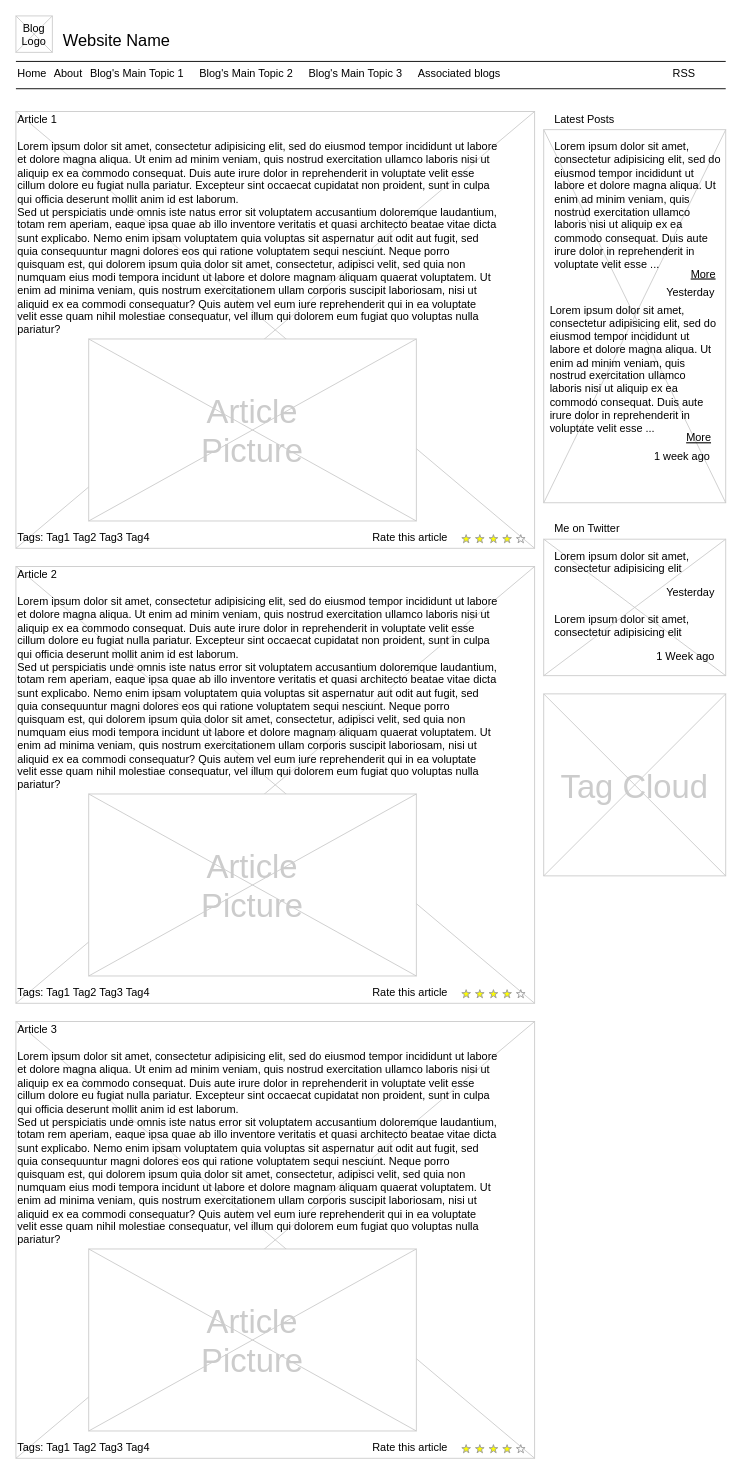
The draw.io diagram Untitled Diagram.drawio in Mrnimbus1/InterfaceDesignUsingCss-, before the edit. Source tidied: cells renumbered, new cells numbered last; positions are measured from the earlier drawing's top-left corner, leaving out a move shared by most shapes. Both pictures are drawn from the tidied source at 91%, with x=0, y=0 at pixel (15, 15).
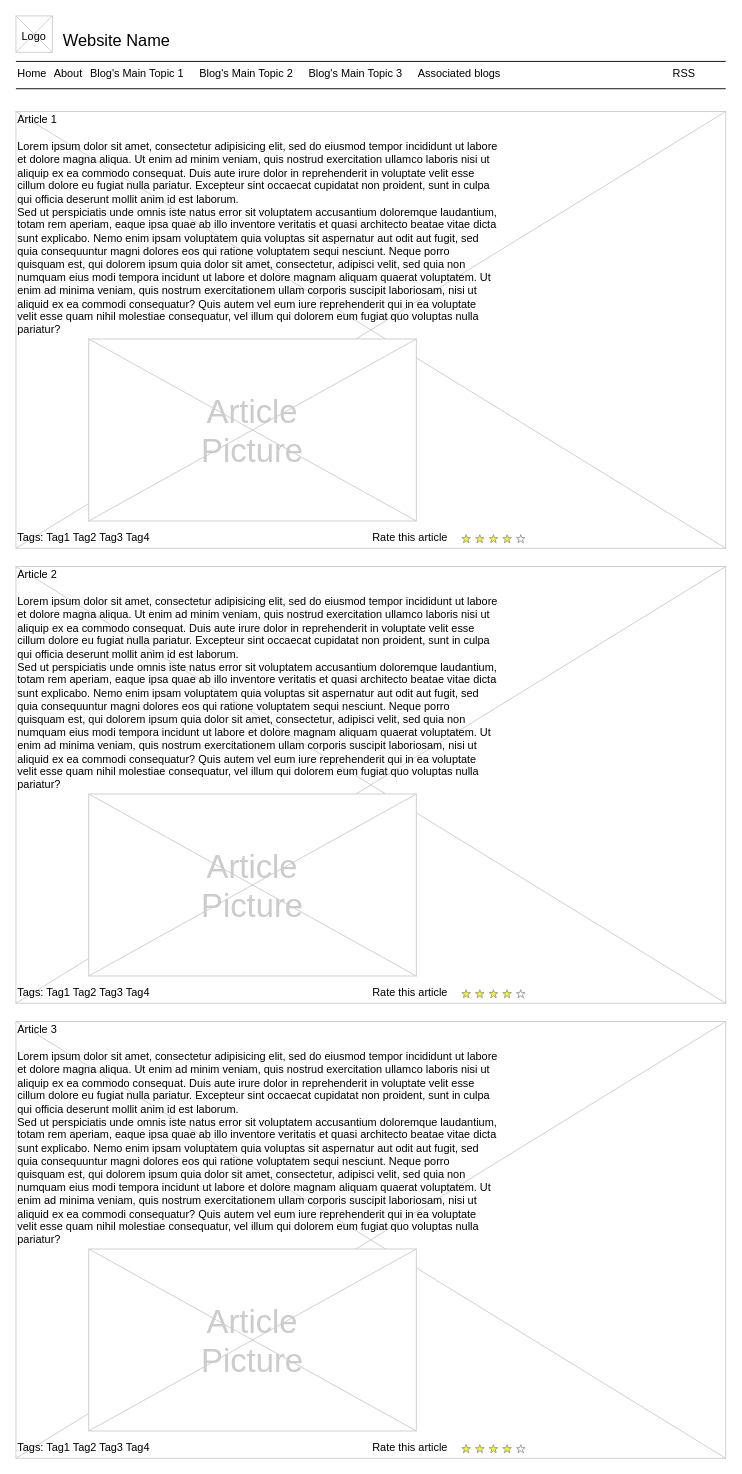
The same page after the edit.

Diff of the diagram source:
```diff
@@
-    <mxCell id="2" style="verticalLabelPosition=bottom;verticalAlign=top;strokeWidth=1;shape=mxgraph.mockup.graphics.iconGrid;strokeColor=#CCCCCC;gridSize=1,1;" parent="1" vertex="1">
-      <mxGeometry x="580" y="125" width="200" height="410" as="geometry" />
-    </mxCell>
     <mxCell id="3" style="verticalLabelPosition=bottom;verticalAlign=top;strokeWidth=1;shape=mxgraph.mockup.graphics.iconGrid;strokeColor=#CCCCCC;gridSize=1,1;" parent="1" vertex="1">
-      <mxGeometry y="105" width="570" height="480" as="geometry" />
+      <mxGeometry y="105" width="780" height="480" as="geometry" />
     </mxCell>
@@
-    <mxCell id="12" value="Latest Posts" style="text;spacingTop=-5;" parent="1" vertex="1">
-      <mxGeometry x="590" y="105" width="30" height="20" as="geometry" />
-    </mxCell>
@@
-    <mxCell id="14" value="Lorem ipsum dolor sit amet, consectetur adipisicing elit, sed do eiusmod tempor incididunt ut labore et dolore magna aliqua. Ut enim ad minim veniam, quis nostrud exercitation ullamco laboris nisi ut aliquip ex ea commodo consequat. Duis aute irure dolor in reprehenderit in voluptate velit esse ..." style="text;spacingTop=-5;whiteSpace=wrap;align=left;" parent="1" vertex="1">
-      <mxGeometry x="590" y="135" width="190" height="140" as="geometry" />
-    </mxCell>
-    <mxCell id="15" value="More" style="text;spacingTop=-5;fontStyle=4;" parent="1" vertex="1">
-      <mxGeometry x="740" y="275" width="30" height="20" as="geometry" />
-    </mxCell>
-    <mxCell id="16" value="Yesterday" style="text;spacingTop=-5;fontStyle=0;align=right;" parent="1" vertex="1">
-      <mxGeometry x="740" y="295" width="30" height="20" as="geometry" />
-    </mxCell>
-    <mxCell id="17" value="Lorem ipsum dolor sit amet, consectetur adipisicing elit, sed do eiusmod tempor incididunt ut labore et dolore magna aliqua. Ut enim ad minim veniam, quis nostrud exercitation ullamco laboris nisi ut aliquip ex ea commodo consequat. Duis aute irure dolor in reprehenderit in voluptate velit esse ..." style="text;spacingTop=-5;whiteSpace=wrap;align=left;" parent="1" vertex="1">
-      <mxGeometry x="585" y="315" width="190" height="140" as="geometry" />
-    </mxCell>
-    <mxCell id="18" value="More" style="text;spacingTop=-5;fontStyle=4;" parent="1" vertex="1">
-      <mxGeometry x="735" y="455" width="30" height="20" as="geometry" />
-    </mxCell>
-    <mxCell id="19" value="1 week ago" style="text;spacingTop=-5;fontStyle=0;align=right;" parent="1" vertex="1">
-      <mxGeometry x="735" y="475" width="30" height="20" as="geometry" />
-    </mxCell>
@@
-    <mxCell id="21" value="Blog &#10;Logo" style="text;spacingTop=-5;align=center;" parent="1" vertex="1">
-      <mxGeometry y="5" width="40" height="40" as="geometry" />
+    <mxCell id="21" value="&#10;Logo" style="text;spacingTop=-5;align=center;" parent="1" vertex="1">
+      <mxGeometry width="40" height="40" as="geometry" />
     </mxCell>
@@
     <mxCell id="27" style="verticalLabelPosition=bottom;verticalAlign=top;strokeWidth=1;shape=mxgraph.mockup.graphics.iconGrid;strokeColor=#CCCCCC;gridSize=1,1;" parent="1" vertex="1">
-      <mxGeometry y="605" width="570" height="480" as="geometry" />
+      <mxGeometry y="605" width="780" height="480" as="geometry" />
     </mxCell>
@@
     <mxCell id="32" style="verticalLabelPosition=bottom;verticalAlign=top;strokeWidth=1;shape=mxgraph.mockup.graphics.iconGrid;strokeColor=#CCCCCC;gridSize=1,1;" parent="1" vertex="1">
-      <mxGeometry y="1105" width="570" height="480" as="geometry" />
+      <mxGeometry y="1105" width="780" height="480" as="geometry" />
     </mxCell>
@@
-    <mxCell id="46" style="verticalLabelPosition=bottom;verticalAlign=top;strokeWidth=1;shape=mxgraph.mockup.graphics.iconGrid;strokeColor=#CCCCCC;gridSize=1,1;" parent="1" vertex="1">
-      <mxGeometry x="580" y="575" width="200" height="150" as="geometry" />
-    </mxCell>
-    <mxCell id="47" value="Me on Twitter" style="text;spacingTop=-5;" parent="1" vertex="1">
-      <mxGeometry x="590" y="555" width="30" height="20" as="geometry" />
-    </mxCell>
-    <mxCell id="48" value="Lorem ipsum dolor sit amet, consectetur adipisicing elit" style="text;spacingTop=-5;whiteSpace=wrap;align=left;" parent="1" vertex="1">
-      <mxGeometry x="590" y="585" width="190" height="40" as="geometry" />
-    </mxCell>
-    <mxCell id="49" value="Yesterday" style="text;spacingTop=-5;fontStyle=0;align=right;" parent="1" vertex="1">
-      <mxGeometry x="740" y="625" width="30" height="20" as="geometry" />
-    </mxCell>
-    <mxCell id="50" style="verticalLabelPosition=bottom;verticalAlign=top;strokeWidth=1;shape=mxgraph.mockup.graphics.iconGrid;strokeColor=#CCCCCC;gridSize=1,1;" parent="1" vertex="1">
-      <mxGeometry x="580" y="745" width="200" height="200" as="geometry" />
-    </mxCell>
-    <mxCell id="51" value="Tag Cloud" style="text;spacingTop=-5;align=center;verticalAlign=middle;fontSize=36;fontColor=#CCCCCC;" parent="1" vertex="1">
-      <mxGeometry x="580" y="745" width="200" height="200" as="geometry" />
-    </mxCell>
-    <mxCell id="52" value="Lorem ipsum dolor sit amet, consectetur adipisicing elit" style="text;spacingTop=-5;whiteSpace=wrap;align=left;" parent="1" vertex="1">
-      <mxGeometry x="590" y="655" width="190" height="40" as="geometry" />
-    </mxCell>
-    <mxCell id="53" value="1 Week ago" style="text;spacingTop=-5;fontStyle=0;align=right;" parent="1" vertex="1">
-      <mxGeometry x="740" y="695" width="30" height="20" as="geometry" />
-    </mxCell>
```
